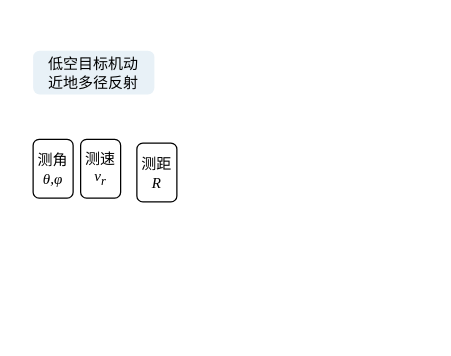
Above: 非完备量测下低空单目标估计与布儒斯特角约束制导.drawio in master-fency/plot (draw.io), before the change. Source tidied: cells renumbered, new cells numbered last; positions are measured from the earlier drawing's top-left corner, leaving out a move shared by most shapes. Both pictures are drawn from the tidied source at 125%, with x=0, y=0 at pixel (32, 50).
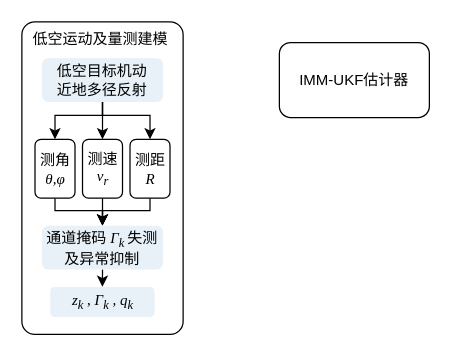
The same diagram, later.

Commit message:
更新非完备量测下低空单目标估计与布儒斯特角约束制导.drawio

What changed in the source:
```diff
@@
+    <mxCell id="6" value="&lt;font face=&quot;Times New Roman&quot;&gt;低空运动及量测建模&lt;/font&gt;" style="rounded=1;whiteSpace=wrap;html=1;roundedPerimeter=1;verticalAlign=top;align=left;spacingLeft=7.874;arcSize=8;" parent="1" vertex="1">
+      <mxGeometry x="-9" y="-23" width="129" height="250" as="geometry" />
+    </mxCell>
+    <mxCell id="7" style="group;textShadow=1;" parent="1" vertex="1">
+      <mxGeometry x="1.5" y="6" width="108" height="207" as="geometry" />
+    </mxCell>
+    <mxCell id="8" style="edgeStyle=orthogonalEdgeStyle;rounded=0;jettySize=auto;html=1;exitX=0.5;exitY=1;exitDx=0;exitDy=0;entryX=0.5;entryY=0;entryDx=0;entryDy=0;defaultLabelBackgroundColor=page;" parent="7" edge="1" source="2" target="4">
+      <mxGeometry relative="1" as="geometry" />
+    </mxCell>
+    <mxCell id="9" style="edgeStyle=orthogonalEdgeStyle;rounded=0;jettySize=auto;html=1;exitX=0.5;exitY=1;exitDx=0;exitDy=0;entryX=0.5;entryY=0;entryDx=0;entryDy=0;defaultLabelBackgroundColor=page;" parent="7" edge="1" source="2" target="5">
+      <mxGeometry relative="1" as="geometry">
+        <Array as="points">
+          <mxPoint x="54" y="45.7" />
+          <mxPoint x="92" y="45.7" />
+        </Array>
+      </mxGeometry>
+    </mxCell>
+    <mxCell id="10" style="edgeStyle=orthogonalEdgeStyle;rounded=0;jettySize=auto;html=1;exitX=0.5;exitY=1;exitDx=0;exitDy=0;entryX=0.5;entryY=0;entryDx=0;entryDy=0;defaultLabelBackgroundColor=page;" parent="7" edge="1" source="2" target="3">
+      <mxGeometry relative="1" as="geometry">
+        <Array as="points">
+          <mxPoint x="54" y="45.8" />
+          <mxPoint x="16" y="45.8" />
+        </Array>
+      </mxGeometry>
+    </mxCell>
-    <mxCell id="2" value="低空目标机动&lt;div&gt;近地多径反射&lt;/div&gt;" style="rounded=1;whiteSpace=wrap;html=1;roundedPerimeter=1;fillColor=light-dark(#e8f1f7, #ededed);strokeColor=none;" parent="1" vertex="1">
-      <mxGeometry width="97" height="35" as="geometry" />
+    <mxCell id="2" value="低空目标机动&lt;div&gt;近地多径反射&lt;/div&gt;" style="rounded=1;whiteSpace=wrap;html=1;roundedPerimeter=1;fillColor=light-dark(#e8f1f7, #ededed);strokeColor=none;fontFamily=Times New Roman;" parent="7" vertex="1">
+      <mxGeometry x="5.5" width="97" height="35" as="geometry" />
     </mxCell>
+    <mxCell id="11" style="edgeStyle=orthogonalEdgeStyle;rounded=0;jettySize=auto;html=1;exitX=0.5;exitY=1;exitDx=0;exitDy=0;entryX=0.5;entryY=0;entryDx=0;entryDy=0;defaultLabelBackgroundColor=page;" parent="7" edge="1" source="3" target="15">
+      <mxGeometry relative="1" as="geometry">
+        <Array as="points">
+          <mxPoint x="16" y="122" />
+          <mxPoint x="54" y="122" />
+        </Array>
+      </mxGeometry>
+    </mxCell>
-    <mxCell id="3" value="测角&lt;div&gt;&lt;i&gt;θ,φ&lt;/i&gt;&lt;/div&gt;" style="rounded=1;whiteSpace=wrap;html=1;roundedPerimeter=1;fontFamily=Times New Roman;" parent="1" vertex="1">
-      <mxGeometry y="71" width="32" height="47" as="geometry" />
+    <mxCell id="3" value="测角&lt;div&gt;&lt;i&gt;θ,φ&lt;/i&gt;&lt;/div&gt;" style="rounded=1;whiteSpace=wrap;html=1;roundedPerimeter=1;fontFamily=Times New Roman;" parent="7" vertex="1">
+      <mxGeometry y="65" width="32" height="47" as="geometry" />
     </mxCell>
+    <mxCell id="12" style="edgeStyle=orthogonalEdgeStyle;rounded=0;jettySize=auto;html=1;exitX=0.5;exitY=1;exitDx=0;exitDy=0;entryX=0.5;entryY=0;entryDx=0;entryDy=0;defaultLabelBackgroundColor=page;" parent="7" edge="1" source="4" target="15">
+      <mxGeometry relative="1" as="geometry" />
+    </mxCell>
-    <mxCell id="4" value="测速&lt;div&gt;&lt;i&gt;v&lt;sub&gt;r&lt;/sub&gt;&lt;/i&gt;&lt;/div&gt;" style="rounded=1;whiteSpace=wrap;html=1;roundedPerimeter=1;fontFamily=Times New Roman;" parent="1" vertex="1">
-      <mxGeometry x="38" y="71" width="32" height="47" as="geometry" />
+    <mxCell id="4" value="测速&lt;div&gt;&lt;i&gt;v&lt;sub&gt;r&lt;/sub&gt;&lt;/i&gt;&lt;/div&gt;" style="rounded=1;whiteSpace=wrap;html=1;roundedPerimeter=1;fontFamily=Times New Roman;" parent="7" vertex="1">
+      <mxGeometry x="38" y="65" width="32" height="47" as="geometry" />
     </mxCell>
+    <mxCell id="13" style="edgeStyle=orthogonalEdgeStyle;rounded=0;jettySize=auto;html=1;exitX=0.5;exitY=1;exitDx=0;exitDy=0;entryX=0.5;entryY=0;entryDx=0;entryDy=0;defaultLabelBackgroundColor=page;" parent="7" edge="1" source="5" target="15">
+      <mxGeometry relative="1" as="geometry">
+        <Array as="points">
+          <mxPoint x="92" y="122" />
+          <mxPoint x="54" y="122" />
+        </Array>
+      </mxGeometry>
+    </mxCell>
-    <mxCell id="5" value="测距&lt;i&gt;R&lt;/i&gt;" style="rounded=1;whiteSpace=wrap;html=1;roundedPerimeter=1;fontFamily=Times New Roman;" parent="1" vertex="1">
-      <mxGeometry x="83" y="74" width="32" height="47" as="geometry" />
+    <mxCell id="5" value="测距&lt;i&gt;R&lt;/i&gt;" style="rounded=1;whiteSpace=wrap;html=1;roundedPerimeter=1;fontFamily=Times New Roman;" parent="7" vertex="1">
+      <mxGeometry x="76" y="65" width="32" height="47" as="geometry" />
     </mxCell>
+    <mxCell id="14" style="edgeStyle=orthogonalEdgeStyle;rounded=0;jettySize=auto;html=1;exitX=0.5;exitY=1;exitDx=0;exitDy=0;entryX=0.5;entryY=0;entryDx=0;entryDy=0;defaultLabelBackgroundColor=page;" parent="7" edge="1" source="15" target="16">
+      <mxGeometry relative="1" as="geometry" />
+    </mxCell>
+    <mxCell id="15" value="通道掩码&amp;nbsp;&lt;i&gt;Γ&lt;/i&gt;&lt;sub style=&quot;font-style: italic;&quot;&gt;k&amp;nbsp;&lt;/sub&gt;失测&lt;div&gt;及异常抑制&lt;/div&gt;" style="rounded=1;whiteSpace=wrap;html=1;roundedPerimeter=1;fillColor=light-dark(#e8f1f7, #ededed);strokeColor=none;fontFamily=Times New Roman;" parent="7" vertex="1">
+      <mxGeometry x="5.5" y="134" width="97" height="35" as="geometry" />
+    </mxCell>
+    <mxCell id="16" value="&lt;i&gt;z&lt;sub&gt;k&lt;/sub&gt;&lt;/i&gt; ,&amp;nbsp;&lt;i&gt;Γ&lt;/i&gt;&lt;sub style=&quot;font-style: italic;&quot;&gt;k&lt;/sub&gt;&lt;span style=&quot;font-style: italic;&quot;&gt;&amp;nbsp;, q&lt;sub&gt;k&lt;/sub&gt;&lt;/span&gt;" style="rounded=1;whiteSpace=wrap;html=1;roundedPerimeter=1;fillColor=light-dark(#e8f1f7, #ededed);strokeColor=none;fontFamily=Times New Roman;" parent="7" vertex="1">
+      <mxGeometry x="12.2" y="183" width="83.5" height="24" as="geometry" />
+    </mxCell>
+    <mxCell id="17" value="IMM-UKF估计器" style="rounded=1;whiteSpace=wrap;html=1;roundedPerimeter=1;" parent="1" vertex="1">
+      <mxGeometry x="197" y="-6.5" width="120" height="60" as="geometry" />
+    </mxCell>
```
